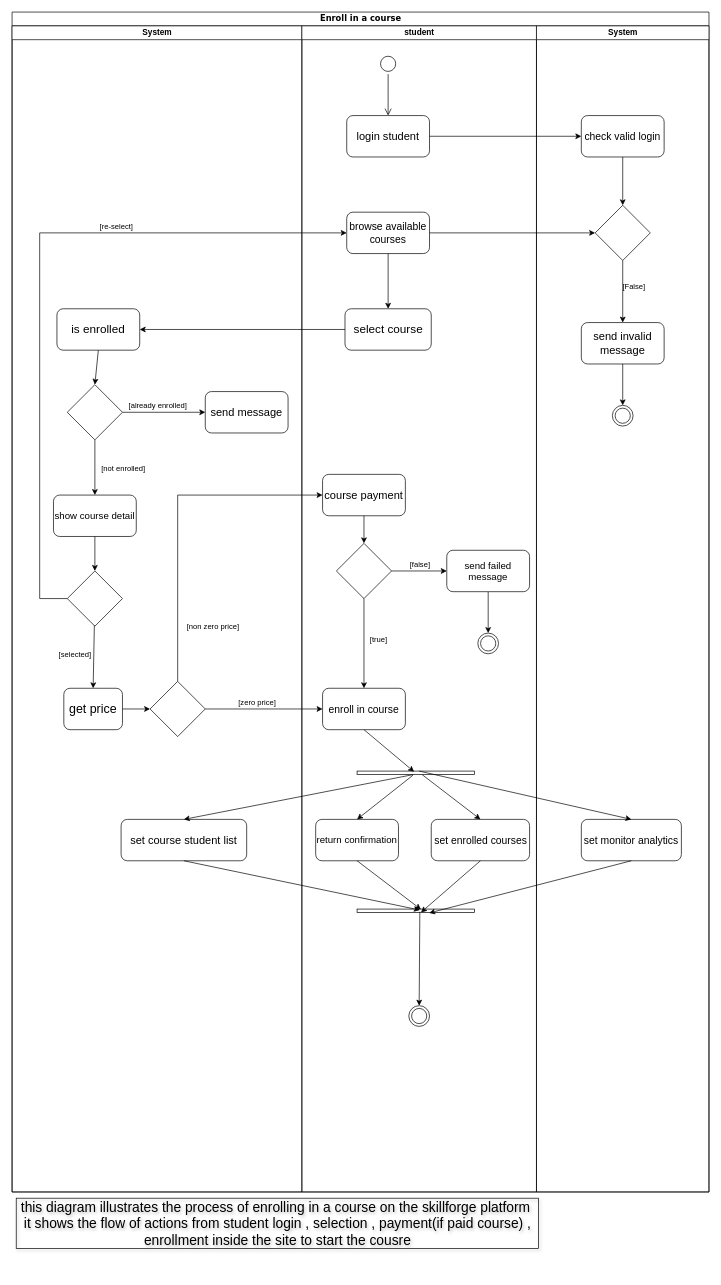
Mahmoud5704/Bismillahi_arRahmani_arRahim-UML- keeps this draw.io diagram as activity Diagram 9786.drawio. Above is the earlier version. Source tidied: cells renumbered, new cells numbered last; positions are measured from the earlier drawing's top-left corner, leaving out a move shared by most shapes. Both pictures are drawn from the tidied source at 69%, with x=0, y=0 at pixel (12, 12).
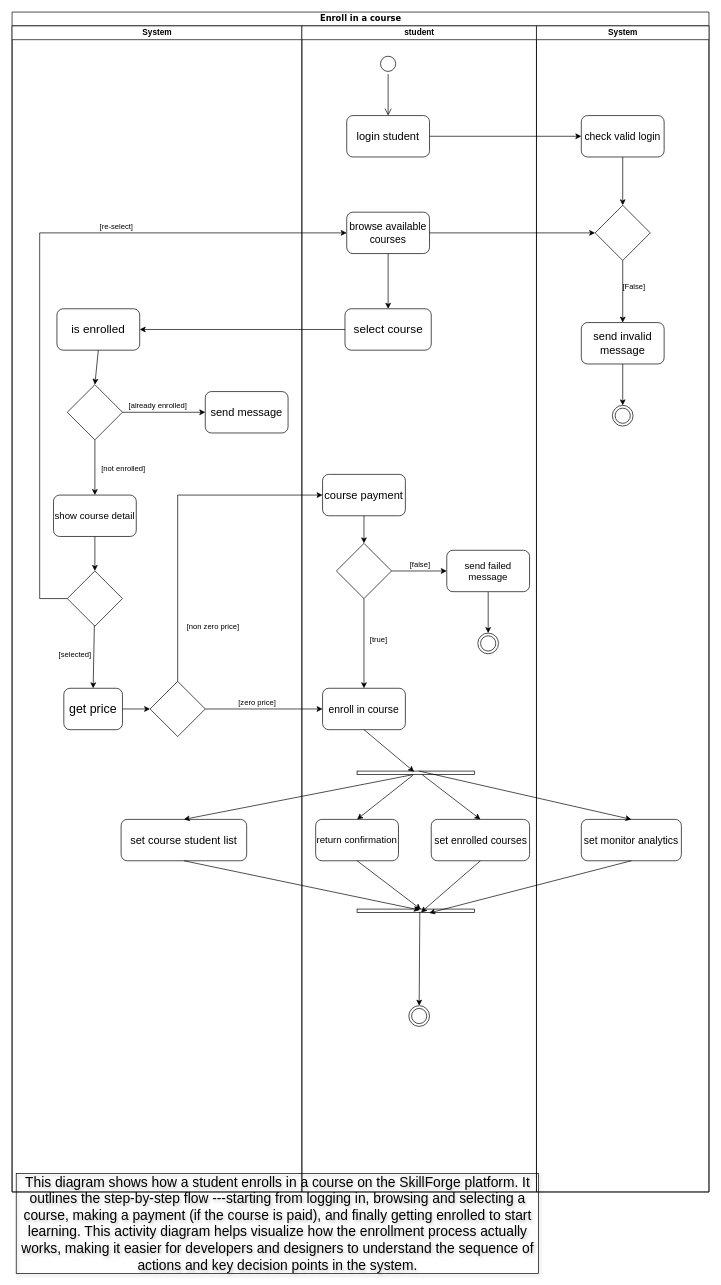
After the change.

Commit message:
Revise enrollment process description in diagram

Updated the description of the enrollment process in the activity diagram to provide clearer insights into the steps involved.

The edit, as a diff of the source:
```diff
@@
-    <mxCell id="73" value="this diagram illustrates the process of enrolling in a course on the skillforge platform&amp;nbsp;&lt;br&gt;it shows the flow of actions from student login , selection , payment(if paid course) , enrollment inside the site to start the cousre" style="text;html=1;whiteSpace=wrap;strokeColor=none;fillColor=none;align=center;verticalAlign=middle;rounded=0;fontSize=20;labelBackgroundColor=none;labelBorderColor=default;textShadow=1;convertToSvg=1;" parent="1" vertex="1">
+    <mxCell id="73" value="This diagram shows how a student enrolls in a course on the SkillForge platform. It outlines the step-by-step flow ---starting from logging in, browsing and selecting a course, making a payment (if the course is paid), and finally getting enrolled to start learning. This activity diagram helps visualize how the enrollment process actually works, making it easier for developers and designers to understand the sequence of actions and key decision points in the system." style="text;html=1;whiteSpace=wrap;strokeColor=none;fillColor=none;align=center;verticalAlign=middle;rounded=0;fontSize=20;labelBackgroundColor=none;labelBorderColor=default;textShadow=1;convertToSvg=1;" parent="1" vertex="1">
       <mxGeometry x="5" y="1740" width="760" height="30" as="geometry" />
     </mxCell>
```
